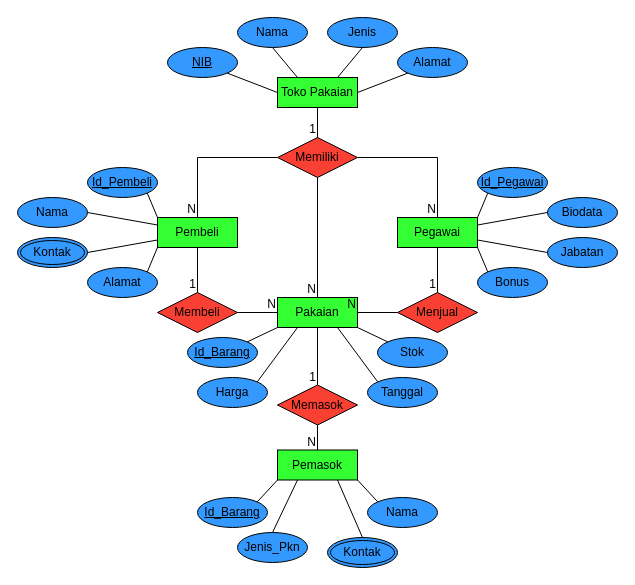
Before: Toko Pakaiaan.drawio in yogadwipayana/ERD, a draw.io diagram. Source tidied: cells renumbered, new cells numbered last; positions are measured from the earlier drawing's top-left corner, leaving out a move shared by most shapes. Both pictures are drawn from the tidied source at 100%, with x=0, y=0 at pixel (17, 17).
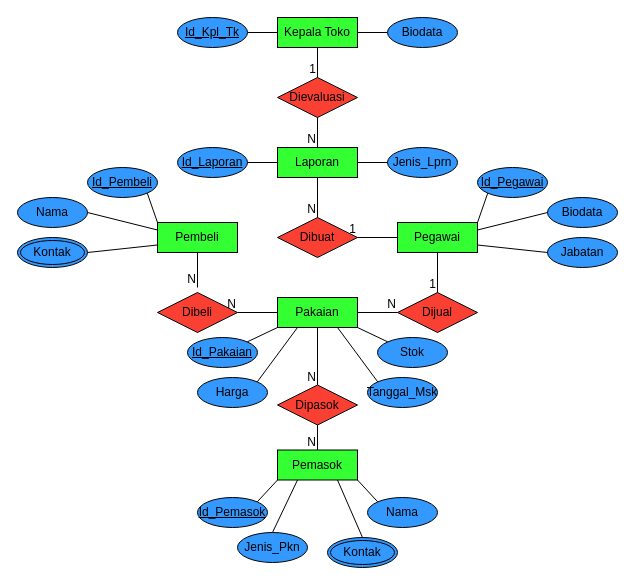
The same page after the edit.

Commit message:
Menambahkan entitas kepala toko

The change refers to these unchanged cells:
```xml
<mxCell id="3" value="Pakaian" style="whiteSpace=wrap;html=1;align=center;fillColor=#33FF33;" parent="1" vertex="1">
  <mxGeometry x="260" y="280" width="80" height="30" as="geometry" />
</mxCell>
```

Diff of the diagram source:
```diff
@@
-    <mxCell id="2" value="Toko Pakaian" style="whiteSpace=wrap;html=1;align=center;fillColor=#33FF33;" parent="1" vertex="1">
-      <mxGeometry x="260" y="60" width="80" height="30" as="geometry" />
-    </mxCell>
@@
     <mxCell id="5" value="Pegawai" style="whiteSpace=wrap;html=1;align=center;fillColor=#33FF33;" parent="1" vertex="1">
-      <mxGeometry x="380" y="200" width="80" height="30" as="geometry" />
+      <mxGeometry x="380" y="205" width="80" height="30" as="geometry" />
     </mxCell>
     <mxCell id="6" value="Pembeli" style="whiteSpace=wrap;html=1;align=center;fillColor=#33FF33;" parent="1" vertex="1">
-      <mxGeometry x="140" y="200" width="80" height="30" as="geometry" />
+      <mxGeometry x="140" y="205" width="80" height="30" as="geometry" />
     </mxCell>
-    <mxCell id="7" value="NIB" style="ellipse;whiteSpace=wrap;html=1;align=center;fontStyle=4;fillColor=#3399FF;" parent="1" vertex="1">
-      <mxGeometry x="150" y="30" width="70" height="30" as="geometry" />
-    </mxCell>
@@
-    <mxCell id="10" value="Id_Barang" style="ellipse;whiteSpace=wrap;html=1;align=center;fontStyle=4;fillColor=#3399FF;" parent="1" vertex="1">
+    <mxCell id="10" value="Id_Pakaian" style="ellipse;whiteSpace=wrap;html=1;align=center;fontStyle=4;fillColor=#3399FF;" parent="1" vertex="1">
       <mxGeometry x="170" y="320" width="70" height="30" as="geometry" />
     </mxCell>
-    <mxCell id="11" value="Id_Barang" style="ellipse;whiteSpace=wrap;html=1;align=center;fontStyle=4;fillColor=#3399FF;" parent="1" vertex="1">
+    <mxCell id="11" value="Id_Pemasok" style="ellipse;whiteSpace=wrap;html=1;align=center;fontStyle=4;fillColor=#3399FF;" parent="1" vertex="1">
       <mxGeometry x="180" y="480" width="70" height="30" as="geometry" />
     </mxCell>
-    <mxCell id="12" value="Jenis" style="ellipse;whiteSpace=wrap;html=1;align=center;fontStyle=0;fillColor=#3399FF;" parent="1" vertex="1">
-      <mxGeometry x="310" width="70" height="30" as="geometry" />
-    </mxCell>
-    <mxCell id="13" value="Alamat" style="ellipse;whiteSpace=wrap;html=1;align=center;fontStyle=0;fillColor=#3399FF;" parent="1" vertex="1">
-      <mxGeometry x="380" y="30" width="70" height="30" as="geometry" />
-    </mxCell>
-    <mxCell id="14" value="Nama" style="ellipse;whiteSpace=wrap;html=1;align=center;fontStyle=0;fillColor=#3399FF;" parent="1" vertex="1">
-      <mxGeometry x="220" width="70" height="30" as="geometry" />
-    </mxCell>
@@
-    <mxCell id="17" value="Alamat" style="ellipse;whiteSpace=wrap;html=1;align=center;fontStyle=0;fillColor=#3399FF;" parent="1" vertex="1">
-      <mxGeometry x="70" y="250" width="70" height="30" as="geometry" />
-    </mxCell>
@@
-    <mxCell id="20" value="Bonus" style="ellipse;whiteSpace=wrap;html=1;align=center;fontStyle=0;fillColor=#3399FF;" parent="1" vertex="1">
-      <mxGeometry x="460" y="250" width="70" height="30" as="geometry" />
-    </mxCell>
@@
-    <mxCell id="25" value="Tanggal" style="ellipse;whiteSpace=wrap;html=1;align=center;fontStyle=0;fillColor=#3399FF;" parent="1" vertex="1">
+    <mxCell id="25" value="Tanggal_Msk" style="ellipse;whiteSpace=wrap;html=1;align=center;fontStyle=0;fillColor=#3399FF;" parent="1" vertex="1">
       <mxGeometry x="350" y="360" width="70" height="30" as="geometry" />
     </mxCell>
@@
-    <mxCell id="27" style="edgeStyle=orthogonalEdgeStyle;rounded=0;orthogonalLoop=1;jettySize=auto;html=1;exitX=0.5;exitY=1;exitDx=0;exitDy=0;" parent="1" edge="1" source="7" target="7">
-      <mxGeometry relative="1" as="geometry" />
-    </mxCell>
-    <mxCell id="28" style="endArrow=none;html=1;rounded=0;exitX=1;exitY=1;exitDx=0;exitDy=0;entryX=0;entryY=0.5;entryDx=0;entryDy=0;" parent="1" edge="1" source="7" target="2">
-      <mxGeometry relative="1" as="geometry" />
-    </mxCell>
-    <mxCell id="29" style="endArrow=none;html=1;rounded=0;exitX=0.5;exitY=1;exitDx=0;exitDy=0;entryX=0.25;entryY=0;entryDx=0;entryDy=0;" parent="1" edge="1" source="14" target="2">
-      <mxGeometry relative="1" as="geometry" />
-    </mxCell>
-    <mxCell id="30" style="endArrow=none;html=1;rounded=0;entryX=1;entryY=0.5;entryDx=0;entryDy=0;exitX=0;exitY=1;exitDx=0;exitDy=0;" parent="1" edge="1" source="13" target="2">
-      <mxGeometry relative="1" as="geometry" />
-    </mxCell>
-    <mxCell id="31" style="endArrow=none;html=1;rounded=0;exitX=0.5;exitY=1;exitDx=0;exitDy=0;entryX=0.75;entryY=0;entryDx=0;entryDy=0;" parent="1" edge="1" source="12" target="2">
-      <mxGeometry relative="1" as="geometry" />
-    </mxCell>
-    <mxCell id="32" value="Memiliki" style="shape=rhombus;perimeter=rhombusPerimeter;whiteSpace=wrap;html=1;align=center;fillColor=#FA4032;" parent="1" vertex="1">
-      <mxGeometry x="260" y="120" width="80" height="40" as="geometry" />
-    </mxCell>
-    <mxCell id="33" value="Menjual" style="shape=rhombus;perimeter=rhombusPerimeter;whiteSpace=wrap;html=1;align=center;fillColor=#FA4032;" parent="1" vertex="1">
+    <mxCell id="33" value="Dijual" style="shape=rhombus;perimeter=rhombusPerimeter;whiteSpace=wrap;html=1;align=center;fillColor=#FA4032;" parent="1" vertex="1">
       <mxGeometry x="380" y="275" width="80" height="40" as="geometry" />
     </mxCell>
-    <mxCell id="34" value="Memasok" style="shape=rhombus;perimeter=rhombusPerimeter;whiteSpace=wrap;html=1;align=center;fillColor=#FA4032;" parent="1" vertex="1">
+    <mxCell id="34" value="Dipasok" style="shape=rhombus;perimeter=rhombusPerimeter;whiteSpace=wrap;html=1;align=center;fillColor=#FA4032;" parent="1" vertex="1">
       <mxGeometry x="260" y="367.5" width="80" height="40" as="geometry" />
     </mxCell>
-    <mxCell id="35" value="Membeli" style="shape=rhombus;perimeter=rhombusPerimeter;whiteSpace=wrap;html=1;align=center;fillColor=#FA4032;" parent="1" vertex="1">
+    <mxCell id="35" value="Dibeli" style="shape=rhombus;perimeter=rhombusPerimeter;whiteSpace=wrap;html=1;align=center;fillColor=#FA4032;" parent="1" vertex="1">
       <mxGeometry x="140" y="275" width="80" height="40" as="geometry" />
     </mxCell>
-    <mxCell id="36" style="endArrow=none;html=1;rounded=0;exitX=0.5;exitY=1;exitDx=0;exitDy=0;entryX=0.5;entryY=0;entryDx=0;entryDy=0;" parent="1" edge="1" source="2" target="32">
-      <mxGeometry relative="1" as="geometry" />
-    </mxCell>
-    <mxCell id="37" value="1" style="html=1;whiteSpace=wrap;align=right;verticalAlign=bottom;" parent="36" vertex="1">
-      <mxGeometry x="1" relative="1" as="geometry" />
-    </mxCell>
-    <mxCell id="38" style="endArrow=none;html=1;rounded=0;exitX=0;exitY=0.5;exitDx=0;exitDy=0;entryX=0.5;entryY=0;entryDx=0;entryDy=0;" parent="1" edge="1" source="32" target="6">
-      <mxGeometry relative="1" as="geometry">
-        <Array as="points">
-          <mxPoint x="180" y="140" />
-        </Array>
-      </mxGeometry>
-    </mxCell>
-    <mxCell id="39" value="N" style="html=1;whiteSpace=wrap;align=right;verticalAlign=bottom;" parent="38" vertex="1">
-      <mxGeometry x="1" relative="1" as="geometry" />
-    </mxCell>
-    <mxCell id="40" style="endArrow=none;html=1;rounded=0;exitX=0.5;exitY=1;exitDx=0;exitDy=0;entryX=0.5;entryY=0;entryDx=0;entryDy=0;" parent="1" edge="1" source="32" target="3">
-      <mxGeometry relative="1" as="geometry" />
-    </mxCell>
-    <mxCell id="41" value="N" style="html=1;whiteSpace=wrap;align=right;verticalAlign=bottom;" parent="40" vertex="1">
-      <mxGeometry x="1" relative="1" as="geometry" />
-    </mxCell>
-    <mxCell id="42" style="endArrow=none;html=1;rounded=0;exitX=1;exitY=0.5;exitDx=0;exitDy=0;entryX=0.5;entryY=0;entryDx=0;entryDy=0;" parent="1" edge="1" source="32" target="5">
-      <mxGeometry relative="1" as="geometry">
-        <Array as="points">
-          <mxPoint x="420" y="140" />
-        </Array>
-      </mxGeometry>
-    </mxCell>
-    <mxCell id="43" value="N" style="html=1;whiteSpace=wrap;align=right;verticalAlign=bottom;" parent="42" vertex="1">
-      <mxGeometry x="1" relative="1" as="geometry" />
-    </mxCell>
@@
-    <mxCell id="45" style="endArrow=none;html=1;rounded=0;exitX=1;exitY=0;exitDx=0;exitDy=0;entryX=0;entryY=1;entryDx=0;entryDy=0;" parent="1" edge="1" source="17" target="6">
-      <mxGeometry relative="1" as="geometry" />
-    </mxCell>
@@
-    <mxCell id="51" style="endArrow=none;html=1;rounded=0;entryX=0;entryY=0;entryDx=0;entryDy=0;exitX=1;exitY=1;exitDx=0;exitDy=0;" parent="1" edge="1" source="5" target="20">
-      <mxGeometry relative="1" as="geometry" />
-    </mxCell>
-    <mxCell id="52" style="endArrow=none;html=1;rounded=0;exitX=0;exitY=0.5;exitDx=0;exitDy=0;entryX=1;entryY=0.5;entryDx=0;entryDy=0;" parent="1" edge="1" source="33" target="3">
+    <mxCell id="52" style="endArrow=none;html=1;rounded=0;exitX=1;exitY=0.5;exitDx=0;exitDy=0;entryX=0;entryY=0.5;entryDx=0;entryDy=0;" parent="1" edge="1" source="3" target="33">
       <mxGeometry relative="1" as="geometry" />
     </mxCell>
@@
-    <mxCell id="56" style="endArrow=none;html=1;rounded=0;exitX=1;exitY=0.5;exitDx=0;exitDy=0;entryX=0;entryY=0.5;entryDx=0;entryDy=0;" parent="1" edge="1" source="35" target="3">
-      <mxGeometry relative="1" as="geometry" />
-    </mxCell>
-    <mxCell id="57" value="N" style="html=1;whiteSpace=wrap;align=right;verticalAlign=bottom;" parent="56" vertex="1">
-      <mxGeometry x="1" relative="1" as="geometry" />
-    </mxCell>
-    <mxCell id="58" style="endArrow=none;html=1;rounded=0;exitX=0.5;exitY=1;exitDx=0;exitDy=0;entryX=0.5;entryY=0;entryDx=0;entryDy=0;" parent="1" edge="1" source="3" target="34">
-      <mxGeometry relative="1" as="geometry" />
-    </mxCell>
-    <mxCell id="59" value="1" style="html=1;whiteSpace=wrap;align=right;verticalAlign=bottom;" parent="58" vertex="1">
-      <mxGeometry x="1" relative="1" as="geometry" />
-    </mxCell>
@@
-    <mxCell id="62" style="endArrow=none;html=1;rounded=0;exitX=0.5;exitY=1;exitDx=0;exitDy=0;entryX=0.5;entryY=0;entryDx=0;entryDy=0;" parent="1" edge="1" source="6" target="35">
-      <mxGeometry relative="1" as="geometry" />
-    </mxCell>
-    <mxCell id="63" value="1" style="html=1;whiteSpace=wrap;align=right;verticalAlign=bottom;" parent="62" vertex="1">
-      <mxGeometry x="1" relative="1" as="geometry" />
-    </mxCell>
@@
+    <mxCell id="72" value="Dievaluasi" style="shape=rhombus;perimeter=rhombusPerimeter;whiteSpace=wrap;html=1;align=center;fillColor=#FA4032;" parent="1" vertex="1">
+      <mxGeometry x="260" y="60" width="80" height="40" as="geometry" />
+    </mxCell>
+    <mxCell id="73" value="Dibuat" style="shape=rhombus;perimeter=rhombusPerimeter;whiteSpace=wrap;html=1;align=center;fillColor=#FA4032;" parent="1" vertex="1">
+      <mxGeometry x="260" y="200" width="80" height="40" as="geometry" />
+    </mxCell>
+    <mxCell id="74" value="Kepala Toko" style="whiteSpace=wrap;html=1;align=center;fillColor=#33FF33;" parent="1" vertex="1">
+      <mxGeometry x="260" width="80" height="30" as="geometry" />
+    </mxCell>
+    <mxCell id="75" value="Laporan" style="whiteSpace=wrap;html=1;align=center;fillColor=#33FF33;" parent="1" vertex="1">
+      <mxGeometry x="260" y="130" width="80" height="30" as="geometry" />
+    </mxCell>
+    <mxCell id="76" style="endArrow=none;html=1;rounded=0;exitX=0.5;exitY=1;exitDx=0;exitDy=0;entryX=0.5;entryY=0;entryDx=0;entryDy=0;" parent="1" edge="1" source="74" target="72">
+      <mxGeometry relative="1" as="geometry" />
+    </mxCell>
+    <mxCell id="77" value="1" style="html=1;whiteSpace=wrap;align=right;verticalAlign=bottom;" parent="76" vertex="1">
+      <mxGeometry x="1" relative="1" as="geometry" />
+    </mxCell>
+    <mxCell id="78" style="endArrow=none;html=1;rounded=0;exitX=0.5;exitY=1;exitDx=0;exitDy=0;entryX=0.5;entryY=0;entryDx=0;entryDy=0;" parent="1" edge="1" source="72" target="75">
+      <mxGeometry relative="1" as="geometry" />
+    </mxCell>
+    <mxCell id="79" value="N" style="html=1;whiteSpace=wrap;align=right;verticalAlign=bottom;" parent="78" vertex="1">
+      <mxGeometry x="1" relative="1" as="geometry" />
+    </mxCell>
+    <mxCell id="80" style="endArrow=none;html=1;rounded=0;exitX=0;exitY=0.5;exitDx=0;exitDy=0;entryX=1;entryY=0.5;entryDx=0;entryDy=0;" parent="1" edge="1" source="3" target="35">
+      <mxGeometry relative="1" as="geometry" />
+    </mxCell>
+    <mxCell id="81" value="N" style="html=1;whiteSpace=wrap;align=right;verticalAlign=bottom;" parent="80" vertex="1">
+      <mxGeometry x="1" relative="1" as="geometry" />
+    </mxCell>
+    <mxCell id="58" style="endArrow=none;html=1;rounded=0;exitX=0.5;exitY=1;exitDx=0;exitDy=0;entryX=0.5;entryY=0;entryDx=0;entryDy=0;" parent="1" edge="1" source="3" target="34">
+      <mxGeometry relative="1" as="geometry" />
+    </mxCell>
+    <mxCell id="82" value="N" style="html=1;whiteSpace=wrap;align=right;verticalAlign=bottom;" parent="58" vertex="1">
+      <mxGeometry x="1" relative="1" as="geometry" />
+    </mxCell>
+    <mxCell id="83" style="endArrow=none;html=1;rounded=0;exitX=0;exitY=0.5;exitDx=0;exitDy=0;entryX=1;entryY=0.5;entryDx=0;entryDy=0;" parent="1" edge="1" source="5" target="73">
+      <mxGeometry relative="1" as="geometry" />
+    </mxCell>
+    <mxCell id="84" value="1" style="html=1;whiteSpace=wrap;align=right;verticalAlign=bottom;" parent="83" vertex="1">
+      <mxGeometry x="1" relative="1" as="geometry" />
+    </mxCell>
+    <mxCell id="85" style="endArrow=none;html=1;rounded=0;exitX=0.5;exitY=1;exitDx=0;exitDy=0;entryX=0.5;entryY=0;entryDx=0;entryDy=0;" parent="1" edge="1" source="75" target="73">
+      <mxGeometry relative="1" as="geometry" />
+    </mxCell>
+    <mxCell id="86" value="N" style="html=1;whiteSpace=wrap;align=right;verticalAlign=bottom;" parent="85" vertex="1">
+      <mxGeometry x="1" relative="1" as="geometry" />
+    </mxCell>
+    <mxCell id="87" style="endArrow=none;html=1;rounded=0;exitX=0.5;exitY=1;exitDx=0;exitDy=0;" parent="1" edge="1" source="6">
+      <mxGeometry relative="1" as="geometry">
+        <mxPoint x="180" y="270" as="targetPoint" />
+      </mxGeometry>
+    </mxCell>
+    <mxCell id="88" value="N" style="html=1;whiteSpace=wrap;align=right;verticalAlign=bottom;" parent="87" vertex="1">
+      <mxGeometry x="1" relative="1" as="geometry" />
+    </mxCell>
+    <mxCell id="89" value="Id_Laporan" style="ellipse;whiteSpace=wrap;html=1;align=center;fontStyle=4;fillColor=#3399FF;" parent="1" vertex="1">
+      <mxGeometry x="160" y="130" width="70" height="30" as="geometry" />
+    </mxCell>
+    <mxCell id="90" value="Jenis_Lprn" style="ellipse;whiteSpace=wrap;html=1;align=center;fontStyle=0;fillColor=#3399FF;" parent="1" vertex="1">
+      <mxGeometry x="370" y="130" width="70" height="30" as="geometry" />
+    </mxCell>
+    <mxCell id="91" style="endArrow=none;html=1;rounded=0;exitX=1;exitY=0.5;exitDx=0;exitDy=0;entryX=0;entryY=0.5;entryDx=0;entryDy=0;" parent="1" edge="1" source="89" target="75">
+      <mxGeometry relative="1" as="geometry" />
+    </mxCell>
+    <mxCell id="92" style="endArrow=none;html=1;rounded=0;exitX=1;exitY=0.5;exitDx=0;exitDy=0;entryX=0;entryY=0.5;entryDx=0;entryDy=0;" parent="1" edge="1" source="75" target="90">
+      <mxGeometry relative="1" as="geometry" />
+    </mxCell>
+    <mxCell id="93" value="Id_Kpl_Tk" style="ellipse;whiteSpace=wrap;html=1;align=center;fontStyle=4;fillColor=#3399FF;" parent="1" vertex="1">
+      <mxGeometry x="160" width="70" height="30" as="geometry" />
+    </mxCell>
+    <mxCell id="94" value="Biodata" style="ellipse;whiteSpace=wrap;html=1;align=center;fontStyle=0;fillColor=#3399FF;" parent="1" vertex="1">
+      <mxGeometry x="370" width="70" height="30" as="geometry" />
+    </mxCell>
+    <mxCell id="95" style="endArrow=none;html=1;rounded=0;exitX=1;exitY=0.5;exitDx=0;exitDy=0;entryX=0;entryY=0.5;entryDx=0;entryDy=0;" parent="1" edge="1" source="74" target="94">
+      <mxGeometry relative="1" as="geometry" />
+    </mxCell>
+    <mxCell id="96" style="endArrow=none;html=1;rounded=0;exitX=1;exitY=0.5;exitDx=0;exitDy=0;entryX=0;entryY=0.5;entryDx=0;entryDy=0;" parent="1" edge="1" source="93" target="74">
+      <mxGeometry relative="1" as="geometry" />
+    </mxCell>
```
